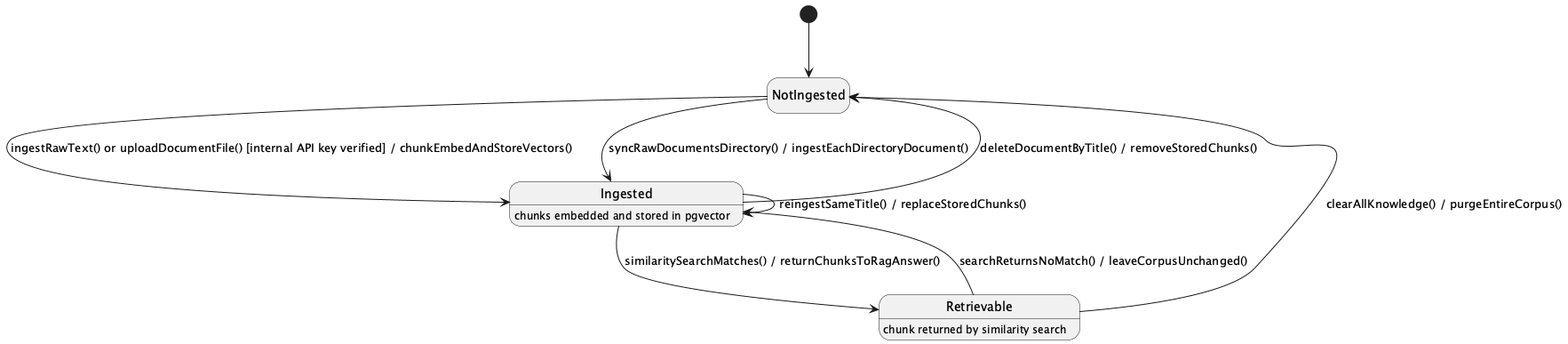
Before: 03_Design/Detailed_Design/MF06_AI_Nurse_Assistant/images/02_AI_Knowledge_Base_and_Diagnostics_Operations_StateChartDiagram.png, a diagram exported from PlantUML (ChuongBDHE172784/CareBridge_SEP490_G79). The source it was exported from:
```plantuml
@startuml
hide empty description
[*] --> NotIngested

NotIngested --> Ingested : ingestRawText() or uploadDocumentFile() [internal API key verified] / chunkEmbedAndStoreVectors()
NotIngested --> Ingested : syncRawDocumentsDirectory() / ingestEachDirectoryDocument()
Ingested --> Ingested : reingestSameTitle() / replaceStoredChunks()
Ingested --> Retrievable : similaritySearchMatches() / returnChunksToRagAnswer()
Retrievable --> Ingested : searchReturnsNoMatch() / leaveCorpusUnchanged()
Ingested --> NotIngested : deleteDocumentByTitle() / removeStoredChunks()
Retrievable --> NotIngested : clearAllKnowledge() / purgeEntireCorpus()

Ingested : chunks embedded and stored in pgvector
Retrievable : chunk returned by similarity search
@enduml
```
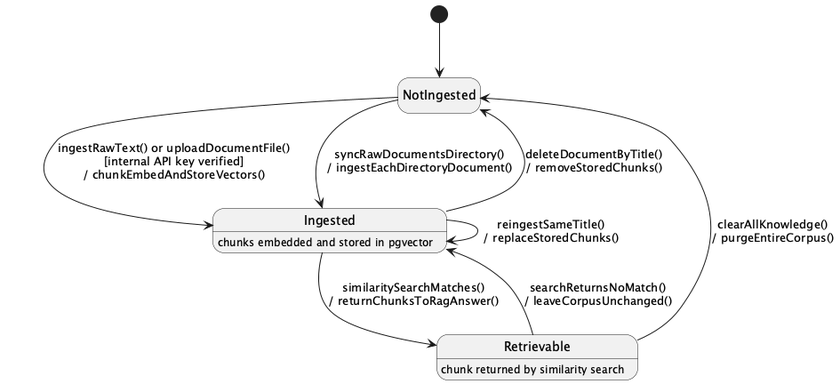
Above is the later version.

The edit, as a diff of the source:
```diff
@@ -1,14 +1,14 @@
-@startuml
+@startuml StateChartDiagram_02AIKnowledgeBaseandDiagnosticsOperations
 hide empty description
 [*] --> NotIngested
 
-NotIngested --> Ingested : ingestRawText() or uploadDocumentFile() [internal API key verified] / chunkEmbedAndStoreVectors()
-NotIngested --> Ingested : syncRawDocumentsDirectory() / ingestEachDirectoryDocument()
-Ingested --> Ingested : reingestSameTitle() / replaceStoredChunks()
-Ingested --> Retrievable : similaritySearchMatches() / returnChunksToRagAnswer()
-Retrievable --> Ingested : searchReturnsNoMatch() / leaveCorpusUnchanged()
-Ingested --> NotIngested : deleteDocumentByTitle() / removeStoredChunks()
-Retrievable --> NotIngested : clearAllKnowledge() / purgeEntireCorpus()
+NotIngested --> Ingested : ingestRawText() or uploadDocumentFile()\n[internal API key verified]\n/ chunkEmbedAndStoreVectors()
+NotIngested --> Ingested : syncRawDocumentsDirectory()\n/ ingestEachDirectoryDocument()
+Ingested --> Ingested : reingestSameTitle()\n/ replaceStoredChunks()
+Ingested --> Retrievable : similaritySearchMatches()\n/ returnChunksToRagAnswer()
+Retrievable --> Ingested : searchReturnsNoMatch()\n/ leaveCorpusUnchanged()
+Ingested --> NotIngested : deleteDocumentByTitle()\n/ removeStoredChunks()
+Retrievable --> NotIngested : clearAllKnowledge()\n/ purgeEntireCorpus()
 
 Ingested : chunks embedded and stored in pgvector
 Retrievable : chunk returned by similarity search
```
